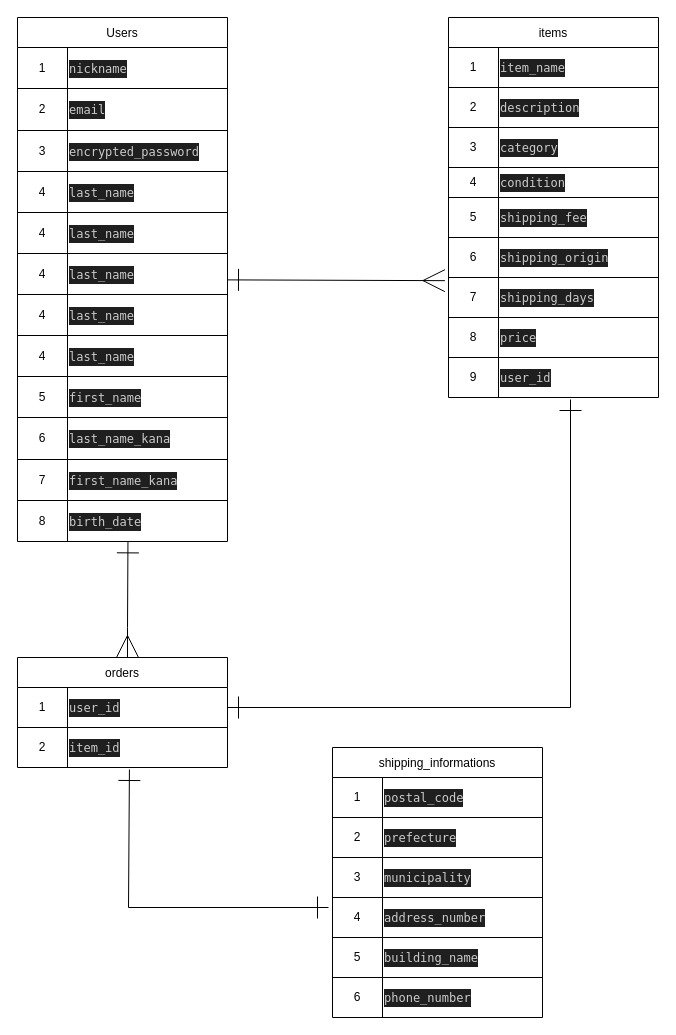
Before: ER.dio in Hiroshift/furima-41448, a draw.io diagram. Source tidied: cells renumbered, new cells numbered last; positions are measured from the earlier drawing's top-left corner, leaving out a move shared by most shapes. Both pictures are drawn from the tidied source at 100%, with x=0, y=0 at pixel (17, 17).
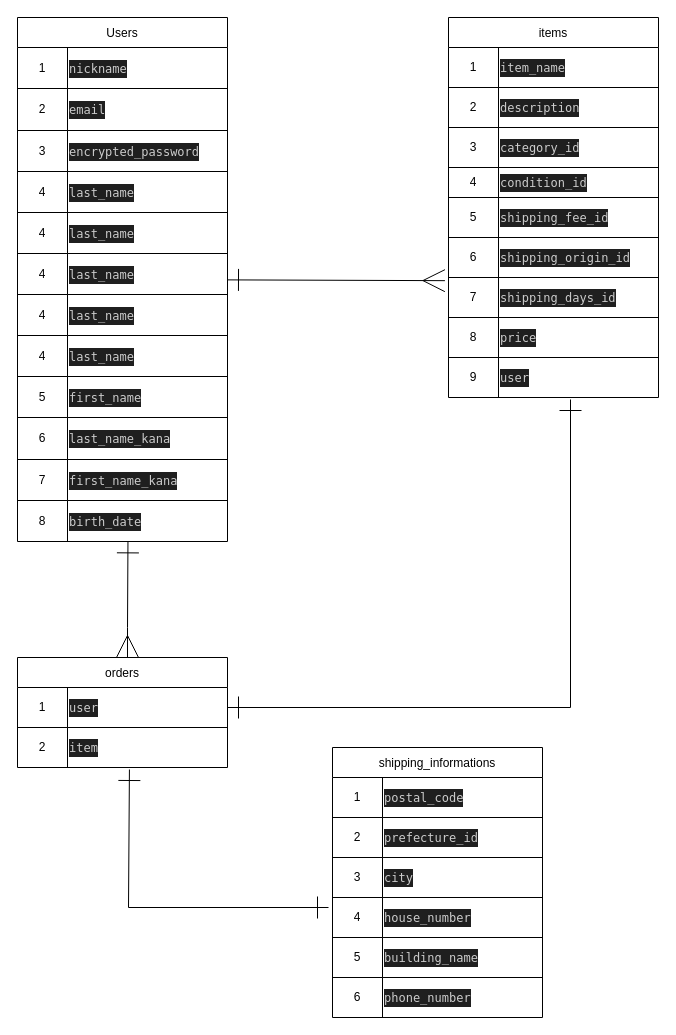
After the change.

Commit message (it also covers changes not shown here):
カラム名変更（外部キー・Activehash）

The change refers to these unchanged cells:
```xml
<mxCell id="49" style="shape=tableRow;horizontal=0;startSize=0;swimlaneHead=0;swimlaneBody=0;top=0;left=0;bottom=0;right=0;fillColor=none;" parent="42" vertex="1">
  <mxGeometry y="110" width="210" height="40" as="geometry" />
</mxCell>
<mxCell id="52" style="shape=tableRow;horizontal=0;startSize=0;swimlaneHead=0;swimlaneBody=0;top=0;left=0;bottom=0;right=0;fillColor=none;" parent="42" vertex="1">
  <mxGeometry y="150" width="210" height="30" as="geometry" />
</mxCell>
<mxCell id="55" style="shape=tableRow;horizontal=0;startSize=0;swimlaneHead=0;swimlaneBody=0;top=0;left=0;bottom=0;right=0;fillColor=none;" parent="42" vertex="1">
  <mxGeometry y="180" width="210" height="40" as="geometry" />
</mxCell>
<mxCell id="58" style="shape=tableRow;horizontal=0;startSize=0;swimlaneHead=0;swimlaneBody=0;top=0;left=0;bottom=0;right=0;fillColor=none;" parent="42" vertex="1">
  <mxGeometry y="220" width="210" height="40" as="geometry" />
</mxCell>
<mxCell id="61" style="shape=tableRow;horizontal=0;startSize=0;swimlaneHead=0;swimlaneBody=0;top=0;left=0;bottom=0;right=0;fillColor=none;points=[[0,0.5],[1,0.5]];portConstraint=eastwest;" parent="42" vertex="1">
  <mxGeometry y="260" width="210" height="40" as="geometry" />
</mxCell>
<mxCell id="67" style="shape=tableRow;horizontal=0;startSize=0;swimlaneHead=0;swimlaneBody=0;top=0;left=0;bottom=0;right=0;fillColor=none;points=[[0,0.5],[1,0.5]];portConstraint=eastwest;" parent="42" vertex="1">
  <mxGeometry y="340" width="210" height="40" as="geometry" />
</mxCell>
<mxCell id="72" style="shape=tableRow;horizontal=0;startSize=0;swimlaneHead=0;swimlaneBody=0;top=0;left=0;bottom=0;right=0;fillColor=none;points=[[0,0.5],[1,0.5]];portConstraint=eastwest;" parent="71" vertex="1">
  <mxGeometry y="30" width="210" height="40" as="geometry" />
</mxCell>
<mxCell id="75" style="shape=tableRow;horizontal=0;startSize=0;swimlaneHead=0;swimlaneBody=0;top=0;left=0;bottom=0;right=0;fillColor=none;points=[[0,0.5],[1,0.5]];portConstraint=eastwest;" parent="71" vertex="1">
  <mxGeometry y="70" width="210" height="40" as="geometry" />
</mxCell>
<mxCell id="82" style="shape=tableRow;horizontal=0;startSize=0;swimlaneHead=0;swimlaneBody=0;top=0;left=0;bottom=0;right=0;fillColor=none;" parent="78" vertex="1">
  <mxGeometry y="70" width="210" height="40" as="geometry" />
</mxCell>
<mxCell id="85" style="shape=tableRow;horizontal=0;startSize=0;swimlaneHead=0;swimlaneBody=0;top=0;left=0;bottom=0;right=0;fillColor=none;" parent="78" vertex="1">
  <mxGeometry y="110" width="210" height="40" as="geometry" />
</mxCell>
<mxCell id="88" style="shape=tableRow;horizontal=0;startSize=0;swimlaneHead=0;swimlaneBody=0;top=0;left=0;bottom=0;right=0;fillColor=none;" parent="78" vertex="1">
  <mxGeometry y="150" width="210" height="40" as="geometry" />
</mxCell>
```

Diff of the diagram source:
```diff
@@
-    <mxCell id="51" value="&lt;div style=&quot;color: rgb(204, 204, 204); background-color: rgb(31, 31, 31); font-family: Menlo, Monaco, &amp;quot;Courier New&amp;quot;, monospace; line-height: 18px;&quot;&gt;category &lt;/div&gt;" style="shape=partialRectangle;html=1;whiteSpace=wrap;overflow=hidden;fillColor=none;top=0;left=0;bottom=0;right=0;align=left;" parent="49" vertex="1">
+    <mxCell id="51" value="&lt;div style=&quot;color: rgb(204, 204, 204); background-color: rgb(31, 31, 31); font-family: Menlo, Monaco, &amp;quot;Courier New&amp;quot;, monospace; line-height: 18px;&quot;&gt;category_id&lt;/div&gt;" style="shape=partialRectangle;html=1;whiteSpace=wrap;overflow=hidden;fillColor=none;top=0;left=0;bottom=0;right=0;align=left;" parent="49" vertex="1">
       <mxGeometry x="50" width="160" height="40" as="geometry" />
     </mxCell>
@@
-    <mxCell id="54" value="&lt;div style=&quot;color: rgb(204, 204, 204); background-color: rgb(31, 31, 31); font-family: Menlo, Monaco, &amp;quot;Courier New&amp;quot;, monospace; line-height: 18px;&quot;&gt;condition &lt;/div&gt;" style="shape=partialRectangle;html=1;whiteSpace=wrap;overflow=hidden;fillColor=none;top=0;left=0;bottom=0;right=0;align=left;" parent="52" vertex="1">
+    <mxCell id="54" value="&lt;div style=&quot;color: rgb(204, 204, 204); background-color: rgb(31, 31, 31); font-family: Menlo, Monaco, &amp;quot;Courier New&amp;quot;, monospace; line-height: 18px;&quot;&gt;condition_id&lt;/div&gt;" style="shape=partialRectangle;html=1;whiteSpace=wrap;overflow=hidden;fillColor=none;top=0;left=0;bottom=0;right=0;align=left;" parent="52" vertex="1">
       <mxGeometry x="50" width="160" height="30" as="geometry" />
     </mxCell>
@@
-    <mxCell id="57" value="&lt;div style=&quot;color: rgb(204, 204, 204); background-color: rgb(31, 31, 31); font-family: Menlo, Monaco, &amp;quot;Courier New&amp;quot;, monospace; line-height: 18px;&quot;&gt;shipping_fee &lt;/div&gt;" style="shape=partialRectangle;html=1;whiteSpace=wrap;overflow=hidden;fillColor=none;top=0;left=0;bottom=0;right=0;align=left;" parent="55" vertex="1">
+    <mxCell id="57" value="&lt;div style=&quot;color: rgb(204, 204, 204); background-color: rgb(31, 31, 31); font-family: Menlo, Monaco, &amp;quot;Courier New&amp;quot;, monospace; line-height: 18px;&quot;&gt;shipping_fee_id&lt;/div&gt;" style="shape=partialRectangle;html=1;whiteSpace=wrap;overflow=hidden;fillColor=none;top=0;left=0;bottom=0;right=0;align=left;" parent="55" vertex="1">
       <mxGeometry x="50" width="160" height="40" as="geometry" />
     </mxCell>
@@
-    <mxCell id="60" value="&lt;div style=&quot;color: rgb(204, 204, 204); background-color: rgb(31, 31, 31); font-family: Menlo, Monaco, &amp;quot;Courier New&amp;quot;, monospace; line-height: 18px;&quot;&gt;shipping_origin&lt;/div&gt;" style="shape=partialRectangle;html=1;whiteSpace=wrap;overflow=hidden;fillColor=none;top=0;left=0;bottom=0;right=0;align=left;" parent="58" vertex="1">
+    <mxCell id="60" value="&lt;div style=&quot;color: rgb(204, 204, 204); background-color: rgb(31, 31, 31); font-family: Menlo, Monaco, &amp;quot;Courier New&amp;quot;, monospace; line-height: 18px;&quot;&gt;shipping_origin_id&lt;/div&gt;" style="shape=partialRectangle;html=1;whiteSpace=wrap;overflow=hidden;fillColor=none;top=0;left=0;bottom=0;right=0;align=left;" parent="58" vertex="1">
       <mxGeometry x="50" width="160" height="40" as="geometry" />
     </mxCell>
@@
-    <mxCell id="63" value="&lt;div style=&quot;color: rgb(204, 204, 204); background-color: rgb(31, 31, 31); font-family: Menlo, Monaco, &amp;quot;Courier New&amp;quot;, monospace; line-height: 18px;&quot;&gt;shipping_days&lt;/div&gt;" style="shape=partialRectangle;html=1;whiteSpace=wrap;overflow=hidden;fillColor=none;top=0;left=0;bottom=0;right=0;align=left;" parent="61" vertex="1">
+    <mxCell id="63" value="&lt;div style=&quot;color: rgb(204, 204, 204); background-color: rgb(31, 31, 31); font-family: Menlo, Monaco, &amp;quot;Courier New&amp;quot;, monospace; line-height: 18px;&quot;&gt;shipping_days_id&lt;/div&gt;" style="shape=partialRectangle;html=1;whiteSpace=wrap;overflow=hidden;fillColor=none;top=0;left=0;bottom=0;right=0;align=left;" parent="61" vertex="1">
       <mxGeometry x="50" width="160" height="40" as="geometry" />
     </mxCell>
@@
-    <mxCell id="69" value="&lt;div style=&quot;color: rgb(204, 204, 204); background-color: rgb(31, 31, 31); font-family: Menlo, Monaco, &amp;quot;Courier New&amp;quot;, monospace; line-height: 18px;&quot;&gt;&lt;div style=&quot;line-height: 18px;&quot;&gt;user_id&lt;/div&gt; &lt;/div&gt;" style="shape=partialRectangle;html=1;whiteSpace=wrap;overflow=hidden;fillColor=none;top=0;left=0;bottom=0;right=0;align=left;" parent="67" vertex="1">
+    <mxCell id="69" value="&lt;div style=&quot;color: rgb(204, 204, 204); background-color: rgb(31, 31, 31); font-family: Menlo, Monaco, &amp;quot;Courier New&amp;quot;, monospace; line-height: 18px;&quot;&gt;&lt;div style=&quot;line-height: 18px;&quot;&gt;user&lt;/div&gt; &lt;/div&gt;" style="shape=partialRectangle;html=1;whiteSpace=wrap;overflow=hidden;fillColor=none;top=0;left=0;bottom=0;right=0;align=left;" parent="67" vertex="1">
       <mxGeometry x="50" width="160" height="40" as="geometry" />
     </mxCell>
@@
-    <mxCell id="74" value="&lt;div style=&quot;color: rgb(204, 204, 204); background-color: rgb(31, 31, 31); font-family: Menlo, Monaco, &amp;quot;Courier New&amp;quot;, monospace; line-height: 18px;&quot;&gt;user_id&lt;/div&gt;" style="shape=partialRectangle;html=1;whiteSpace=wrap;overflow=hidden;fillColor=none;top=0;left=0;bottom=0;right=0;align=left;" parent="72" vertex="1">
+    <mxCell id="74" value="&lt;div style=&quot;color: rgb(204, 204, 204); background-color: rgb(31, 31, 31); font-family: Menlo, Monaco, &amp;quot;Courier New&amp;quot;, monospace; line-height: 18px;&quot;&gt;user&lt;/div&gt;" style="shape=partialRectangle;html=1;whiteSpace=wrap;overflow=hidden;fillColor=none;top=0;left=0;bottom=0;right=0;align=left;" parent="72" vertex="1">
       <mxGeometry x="50" width="160" height="40" as="geometry" />
     </mxCell>
@@
-    <mxCell id="77" value="&lt;div style=&quot;color: rgb(204, 204, 204); background-color: rgb(31, 31, 31); font-family: Menlo, Monaco, &amp;quot;Courier New&amp;quot;, monospace; font-weight: normal; font-size: 12px; line-height: 18px;&quot;&gt;&lt;div&gt;&lt;span style=&quot;color: #cccccc;&quot;&gt;item_id&lt;/span&gt;&lt;/div&gt;&lt;/div&gt;" style="shape=partialRectangle;html=1;whiteSpace=wrap;overflow=hidden;fillColor=none;top=0;left=0;bottom=0;right=0;align=left;" parent="75" vertex="1">
+    <mxCell id="77" value="&lt;div style=&quot;color: rgb(204, 204, 204); background-color: rgb(31, 31, 31); font-family: Menlo, Monaco, &amp;quot;Courier New&amp;quot;, monospace; font-weight: normal; font-size: 12px; line-height: 18px;&quot;&gt;&lt;div&gt;&lt;span style=&quot;color: #cccccc;&quot;&gt;item&lt;/span&gt;&lt;/div&gt;&lt;/div&gt;" style="shape=partialRectangle;html=1;whiteSpace=wrap;overflow=hidden;fillColor=none;top=0;left=0;bottom=0;right=0;align=left;" parent="75" vertex="1">
       <mxGeometry x="50" width="160" height="40" as="geometry" />
     </mxCell>
@@
-    <mxCell id="84" value="&lt;div style=&quot;color: rgb(204, 204, 204); background-color: rgb(31, 31, 31); font-family: Menlo, Monaco, &amp;quot;Courier New&amp;quot;, monospace; line-height: 18px;&quot;&gt;prefecture &lt;/div&gt;" style="shape=partialRectangle;html=1;whiteSpace=wrap;overflow=hidden;fillColor=none;top=0;left=0;bottom=0;right=0;align=left;" parent="82" vertex="1">
+    <mxCell id="84" value="&lt;div style=&quot;color: rgb(204, 204, 204); background-color: rgb(31, 31, 31); font-family: Menlo, Monaco, &amp;quot;Courier New&amp;quot;, monospace; line-height: 18px;&quot;&gt;prefecture_id&lt;/div&gt;" style="shape=partialRectangle;html=1;whiteSpace=wrap;overflow=hidden;fillColor=none;top=0;left=0;bottom=0;right=0;align=left;" parent="82" vertex="1">
       <mxGeometry x="50" width="160" height="40" as="geometry" />
     </mxCell>
@@
-    <mxCell id="87" value="&lt;div style=&quot;color: rgb(204, 204, 204); background-color: rgb(31, 31, 31); font-family: Menlo, Monaco, &amp;quot;Courier New&amp;quot;, monospace; line-height: 18px;&quot;&gt;municipality&lt;/div&gt;" style="shape=partialRectangle;html=1;whiteSpace=wrap;overflow=hidden;fillColor=none;top=0;left=0;bottom=0;right=0;align=left;" parent="85" vertex="1">
+    <mxCell id="87" value="&lt;div style=&quot;color: rgb(204, 204, 204); background-color: rgb(31, 31, 31); font-family: Menlo, Monaco, &amp;quot;Courier New&amp;quot;, monospace; line-height: 18px;&quot;&gt;city&lt;/div&gt;" style="shape=partialRectangle;html=1;whiteSpace=wrap;overflow=hidden;fillColor=none;top=0;left=0;bottom=0;right=0;align=left;" parent="85" vertex="1">
       <mxGeometry x="50" width="160" height="40" as="geometry" />
     </mxCell>
@@
-    <mxCell id="90" value="&lt;div style=&quot;color: rgb(204, 204, 204); background-color: rgb(31, 31, 31); font-family: Menlo, Monaco, &amp;quot;Courier New&amp;quot;, monospace; line-height: 18px;&quot;&gt;address_number&lt;/div&gt;" style="shape=partialRectangle;html=1;whiteSpace=wrap;overflow=hidden;fillColor=none;top=0;left=0;bottom=0;right=0;align=left;" parent="88" vertex="1">
+    <mxCell id="90" value="&lt;div style=&quot;color: rgb(204, 204, 204); background-color: rgb(31, 31, 31); font-family: Menlo, Monaco, &amp;quot;Courier New&amp;quot;, monospace; line-height: 18px;&quot;&gt;&lt;div style=&quot;line-height: 18px;&quot;&gt;house_number&lt;/div&gt;&lt;/div&gt;" style="shape=partialRectangle;html=1;whiteSpace=wrap;overflow=hidden;fillColor=none;top=0;left=0;bottom=0;right=0;align=left;" parent="88" vertex="1">
       <mxGeometry x="50" width="160" height="40" as="geometry" />
     </mxCell>
```
